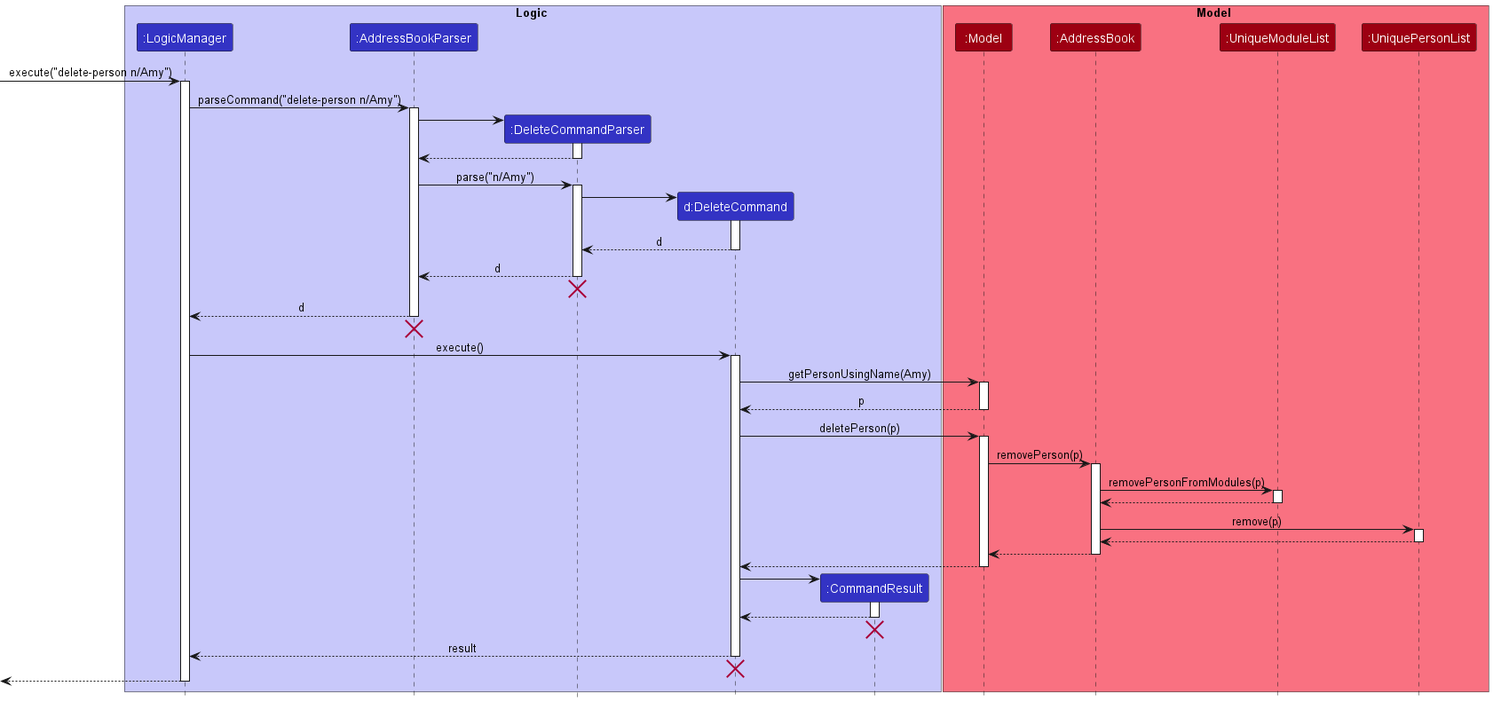
Above: docs/images/DeletePersonSequenceDiagram.png in nus-cs2103-AY2223S1/tp (PlantUML), before the change.
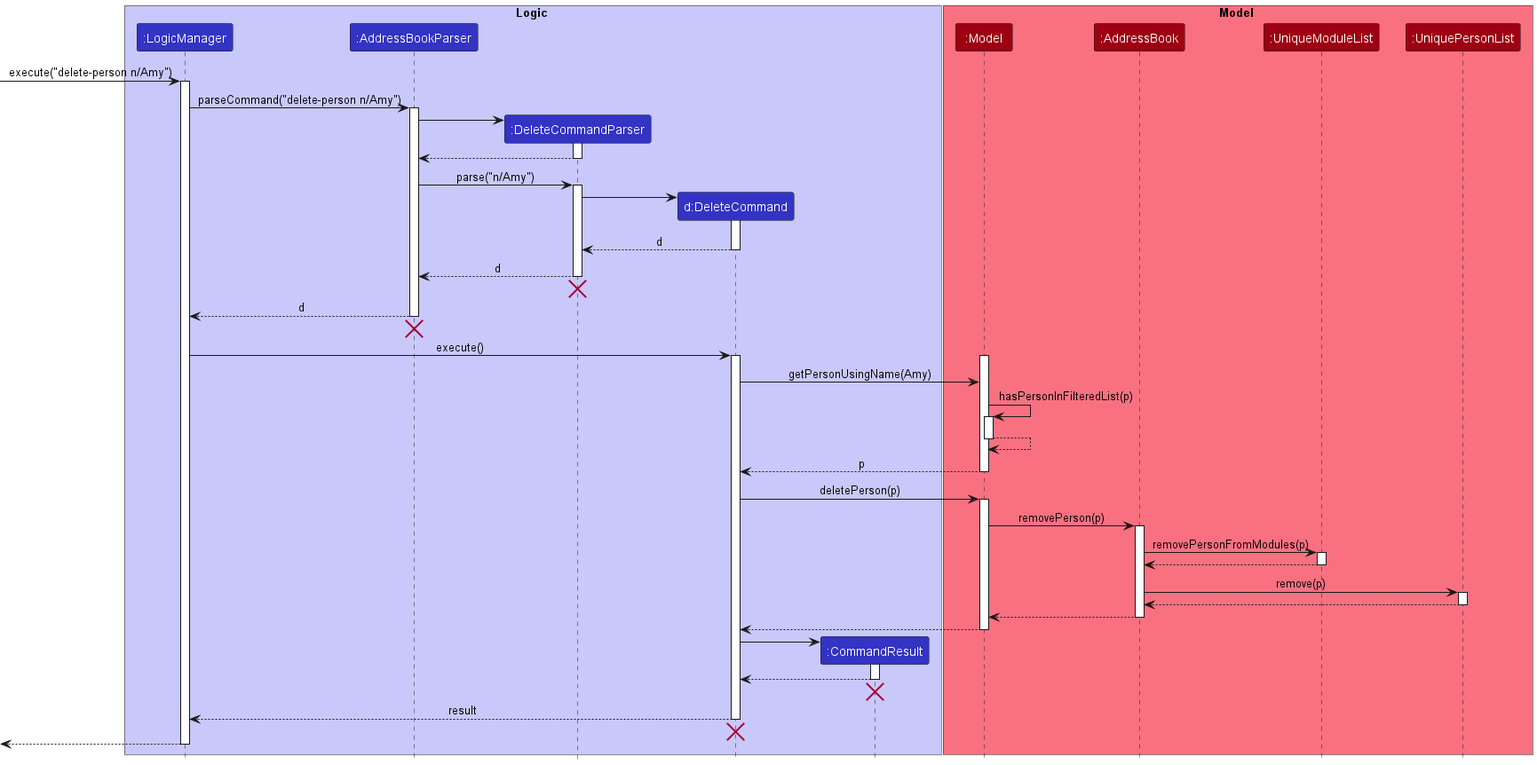
The same diagram one commit later.

Commit message:
Include self-invocation in delete person sequence diagram

Diff of the diagram source:
```diff
@@ -52,8 +52,16 @@
 LogicManager -> DeleteCommand : execute()
 activate DeleteCommand
 
+
+activate Model
 DeleteCommand -> Model : getPersonUsingName(Amy)
+
+
+Model -> Model : hasPersonInFilteredList(p)
 activate Model
+
+Model --> Model
+deactivate Model
 
 Model --> DeleteCommand : p
 deactivate Model
```
